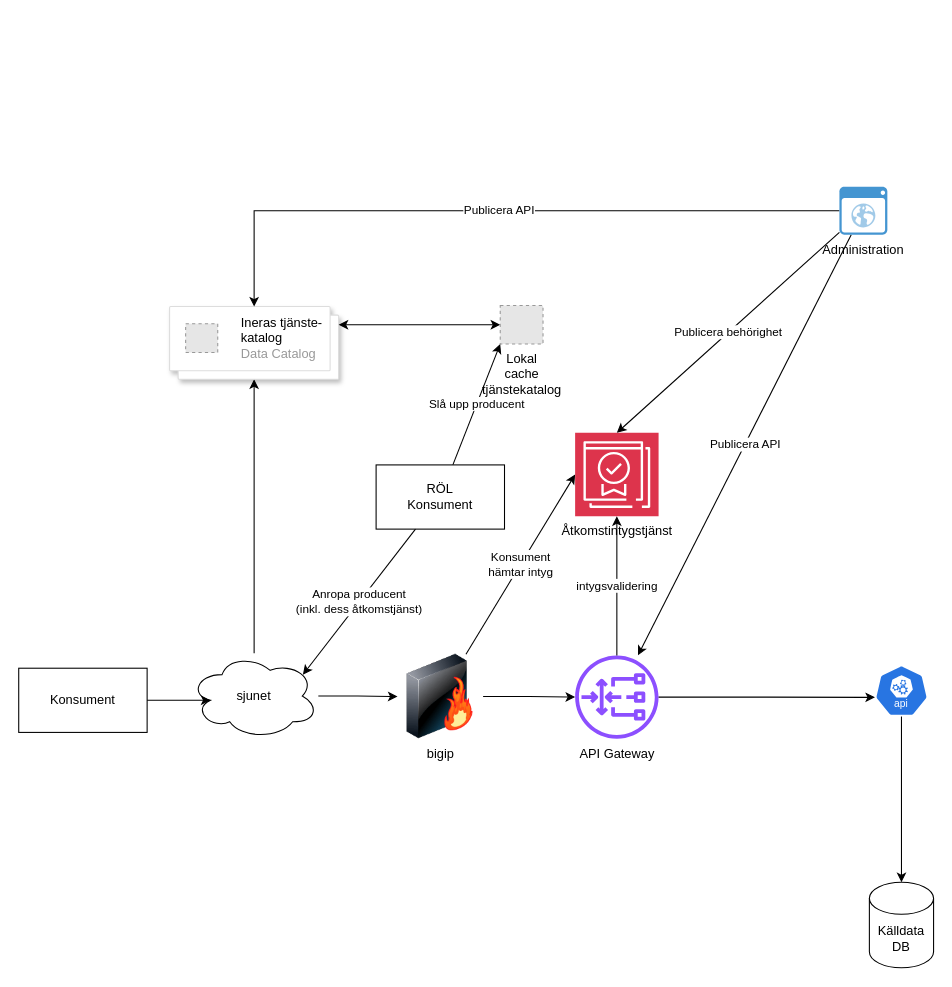
arizon-dread/drawio keeps this draw.io diagram as API Gateway/API-gateway.drawio. Above is the earlier version. Source tidied: cells renumbered, new cells numbered last; positions are measured from the earlier drawing's top-left corner, leaving out a move shared by most shapes. Both pictures are drawn from the tidied source at 107%, with x=0, y=0 at pixel (18, 186). Pictures stored in the file or linked from it are replaced by grey dashed boxes.
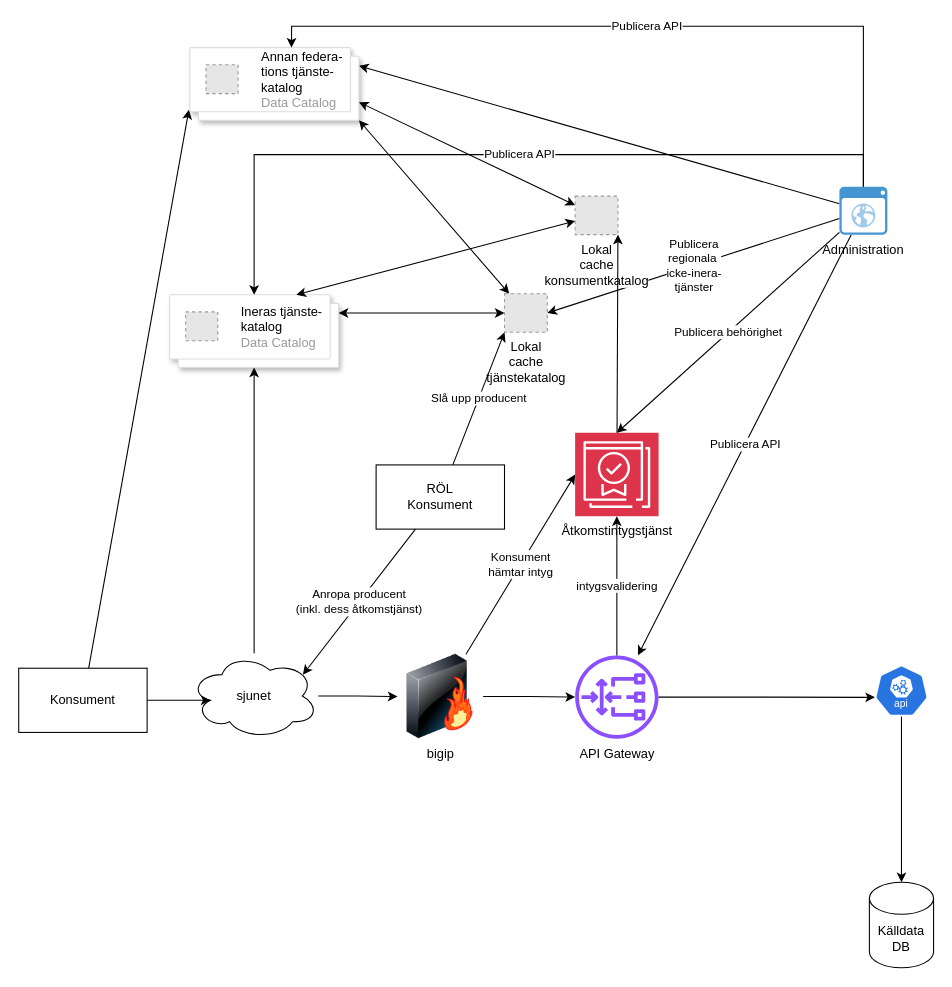
The same page after the edit.

The change refers to these unchanged cells:
```xml
<mxCell id="2" value="Konsument" style="rounded=0;whiteSpace=wrap;html=1;" parent="1" vertex="1">
  <mxGeometry y="450" width="120" height="60" as="geometry" />
</mxCell>
<mxCell id="10" value="&lt;font style=&quot;color: light-dark(rgb(0, 0, 0), rgb(0, 127, 255));&quot;&gt;Åtkomstintygstjänst&lt;/font&gt;&lt;div&gt;&lt;br&gt;&lt;/div&gt;" style="sketch=0;points=[[0,0,0],[0.25,0,0],[0.5,0,0],[0.75,0,0],[1,0,0],[0,1,0],[0.25,1,0],[0.5,1,0],[0.75,1,0],[1,1,0],[0,0.25,0],[0,0.5,0],[0,0.75,0],[1,0.25,0],[1,0.5,0],[1,0.75,0]];outlineConnect=0;fontColor=#232F3E;fillColor=#DD344C;strokeColor=#ffffff;dashed=0;verticalLabelPosition=bottom;verticalAlign=top;align=center;html=1;fontSize=12;fontStyle=0;shape=mxgraph.aws4.resourceIcon;resIcon=mxgraph.aws4.private_certificate_authority;" parent="1" vertex="1">
  <mxGeometry x="520" y="230" width="78" height="78" as="geometry" />
</mxCell>
<mxCell id="23" value="&lt;font style=&quot;color: light-dark(rgb(0, 0, 0), rgb(102, 178, 255));&quot;&gt;Administration&lt;/font&gt;" style="shadow=0;dashed=0;html=1;strokeColor=none;fillColor=#4495D1;labelPosition=center;verticalLabelPosition=bottom;verticalAlign=top;align=center;outlineConnect=0;shape=mxgraph.veeam.2d.web_ui;" parent="1" vertex="1">
  <mxGeometry x="767" width="44.8" height="44.8" as="geometry" />
</mxCell>
```

The edit, as a diff of the source:
```diff
@@
+    <mxCell id="28" style="rounded=0;jettySize=auto;html=1;entryX=-0.006;entryY=0.853;entryDx=0;entryDy=0;entryPerimeter=0;" parent="1" edge="1" source="2" target="32">
+      <mxGeometry relative="1" as="geometry" />
+    </mxCell>
@@
     <mxCell id="17" style="shape=mxgraph.gcp2.doubleRect;strokeColor=#dddddd;shadow=1;strokeWidth=1;rounded=1;absoluteArcSize=1;arcSize=2;" parent="1" vertex="1">
-      <mxGeometry x="141" y="112" width="158" height="68" as="geometry" />
+      <mxGeometry x="141" y="101" width="158" height="68" as="geometry" />
     </mxCell>
@@
+    <mxCell id="29" style="rounded=0;jettySize=auto;html=1;entryX=1;entryY=1;entryDx=0;entryDy=0;startArrow=classic;startFill=1;" parent="1" edge="1" source="20" target="32">
+      <mxGeometry relative="1" as="geometry" />
+    </mxCell>
     <mxCell id="20" value="Lokal&lt;div&gt;cache&lt;/div&gt;&lt;div&gt;tjänstekatalog&lt;/div&gt;" style="fillColor=#E6E6E6;strokeColor=#999999;dashed=1;html=1;verticalLabelPosition=bottom;labelBackgroundColor=#ffffff;verticalAlign=top;" parent="1" vertex="1">
-      <mxGeometry x="450" y="111" width="40" height="36" as="geometry" />
+      <mxGeometry x="454" y="100" width="40" height="36" as="geometry" />
     </mxCell>
     <mxCell id="21" value="Publicera API" style="edgeStyle=orthogonalEdgeStyle;rounded=0;jettySize=auto;html=1;entryX=0.5;entryY=0;entryDx=0;entryDy=0;" parent="1" edge="1" source="23" target="17">
-      <mxGeometry relative="1" as="geometry" />
+      <mxGeometry x="-0.04" relative="1" as="geometry">
+        <Array as="points">
+          <mxPoint x="789" y="-30" />
+          <mxPoint x="220" y="-30" />
+        </Array>
+      </mxGeometry>
     </mxCell>
@@
+    <mxCell id="30" value="Publicera&lt;div&gt;regionala&amp;nbsp;&lt;/div&gt;&lt;div&gt;icke-inera-&lt;/div&gt;&lt;div&gt;tjänster&lt;/div&gt;" style="rounded=0;jettySize=auto;html=1;entryX=1;entryY=0.5;entryDx=0;entryDy=0;" parent="1" edge="1" source="23" target="20">
+      <mxGeometry relative="1" as="geometry" />
+    </mxCell>
+    <mxCell id="31" style="rounded=0;jettySize=auto;html=1;entryX=1;entryY=0.25;entryDx=0;entryDy=0;" parent="1" edge="1" source="23" target="32">
+      <mxGeometry relative="1" as="geometry" />
+    </mxCell>
@@
+    <mxCell id="32" style="shape=mxgraph.gcp2.doubleRect;strokeColor=#dddddd;shadow=1;strokeWidth=1;rounded=1;absoluteArcSize=1;arcSize=2;" parent="1" vertex="1">
+      <mxGeometry x="160" y="-130" width="158" height="68" as="geometry" />
+    </mxCell>
+    <mxCell id="33" value="&lt;font style=&quot;color: light-dark(rgb(0, 0, 0), rgb(0, 127, 255));&quot;&gt;Annan federa-&lt;/font&gt;&lt;div&gt;&lt;font style=&quot;color: light-dark(rgb(0, 0, 0), rgb(0, 127, 255));&quot;&gt;tions tjänste-&lt;/font&gt;&lt;div&gt;&lt;font&gt;&lt;font style=&quot;color: light-dark(rgb(0, 0, 0), rgb(0, 127, 255));&quot;&gt;katalog&lt;/font&gt;&lt;br&gt;&lt;/font&gt;Data Catalog&lt;/div&gt;&lt;/div&gt;" style="fillColor=#E6E6E6;strokeColor=#999999;dashed=1;html=1;fontColor=#999999;verticalLabelPosition=middle;verticalAlign=middle;labelPosition=right;align=left;spacingLeft=20;" parent="32" vertex="1">
+      <mxGeometry width="30" height="27" relative="1" as="geometry">
+        <mxPoint x="15" y="16" as="offset" />
+      </mxGeometry>
+    </mxCell>
+    <mxCell id="34" style="rounded=0;jettySize=auto;html=1;entryX=1;entryY=0.75;entryDx=0;entryDy=0;startArrow=classic;startFill=1;" parent="1" edge="1" source="35" target="32">
+      <mxGeometry relative="1" as="geometry" />
+    </mxCell>
+    <mxCell id="35" value="Lokal&lt;div&gt;cache&lt;/div&gt;&lt;div&gt;konsumentkatalog&lt;/div&gt;" style="fillColor=#E6E6E6;strokeColor=#999999;dashed=1;html=1;verticalLabelPosition=bottom;labelBackgroundColor=#ffffff;verticalAlign=top;" parent="1" vertex="1">
+      <mxGeometry x="520" y="8.8" width="40" height="36" as="geometry" />
+    </mxCell>
+    <mxCell id="36" style="rounded=0;jettySize=auto;html=1;entryX=0.75;entryY=0;entryDx=0;entryDy=0;startArrow=classic;startFill=1;" parent="1" edge="1" source="35" target="17">
+      <mxGeometry relative="1" as="geometry" />
+    </mxCell>
+    <mxCell id="37" style="rounded=0;jettySize=auto;html=1;entryX=1;entryY=1;entryDx=0;entryDy=0;" parent="1" edge="1" source="10" target="35">
+      <mxGeometry relative="1" as="geometry" />
+    </mxCell>
+    <mxCell id="38" value="Publicera API" style="edgeStyle=orthogonalEdgeStyle;rounded=0;jettySize=auto;html=1;entryX=0.601;entryY=0;entryDx=0;entryDy=0;entryPerimeter=0;" parent="1" edge="1" source="23" target="32">
+      <mxGeometry relative="1" as="geometry">
+        <Array as="points">
+          <mxPoint x="789" y="-150" />
+          <mxPoint x="255" y="-150" />
+        </Array>
+      </mxGeometry>
+    </mxCell>
```
